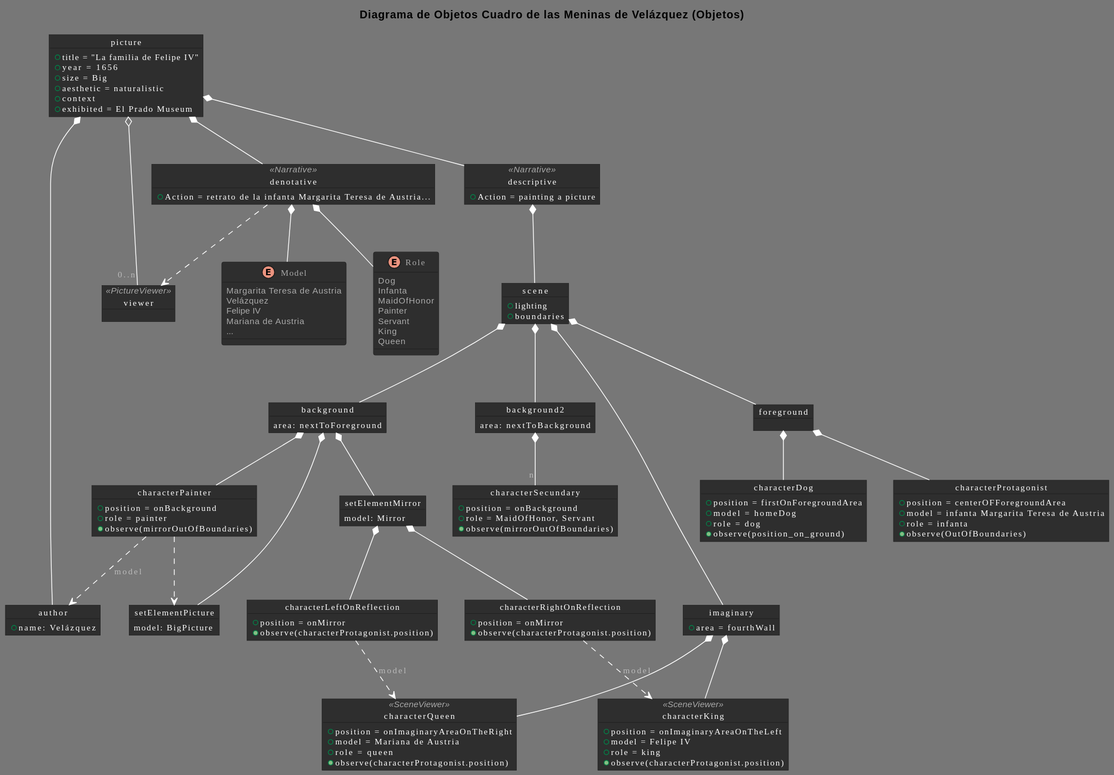
This is PracticasMaster/01_Modelado_O/diagrams/meninas/MeninasObj.svg from Joselon/joselon.github.io, a PlantUML export, as it was before one commit.
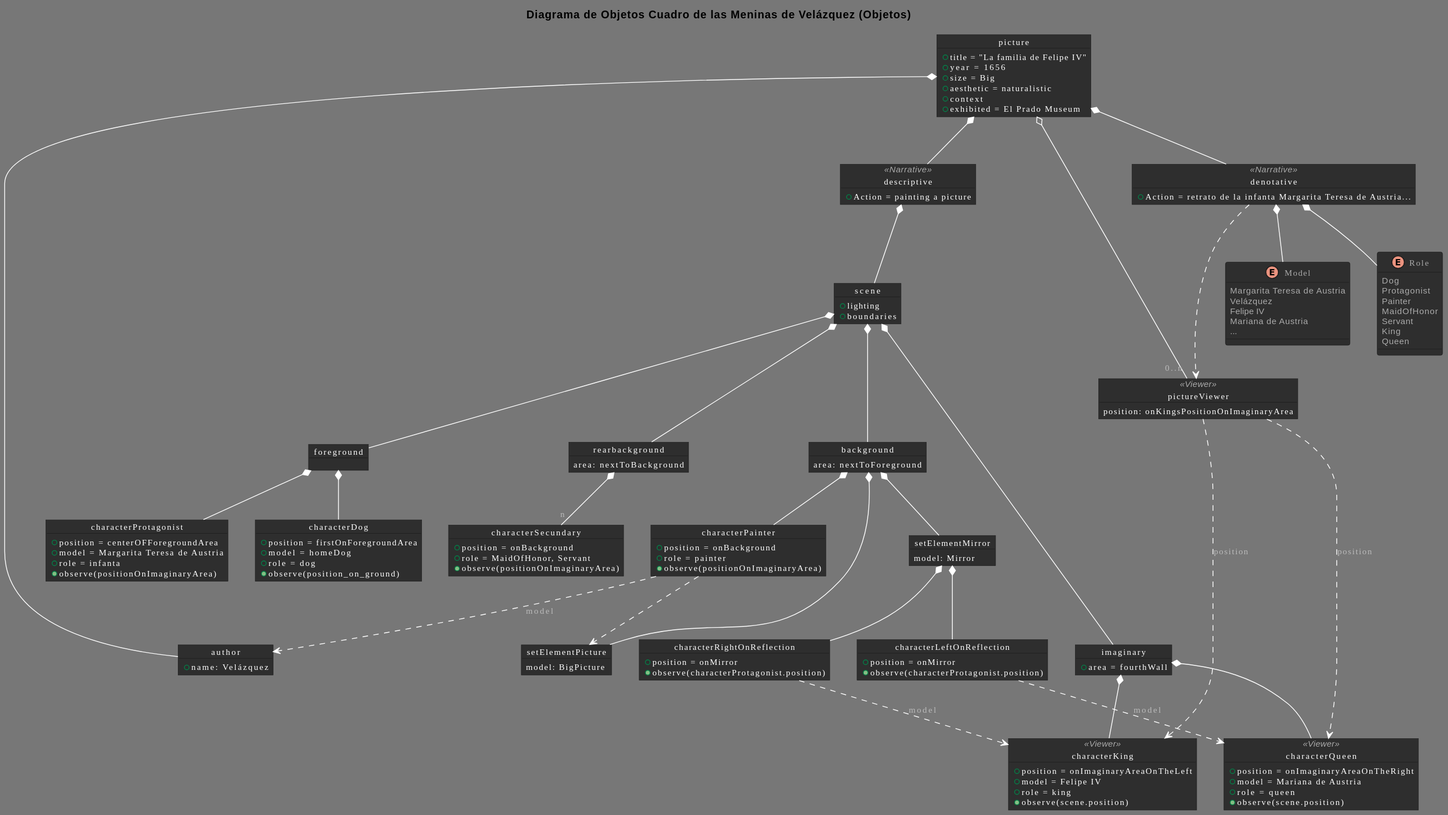
Later version of the same file.

What changed in the source:
```diff
@@ -15,7 +15,8 @@
    + name: Velázquez
 }
 
-object viewer <<PictureViewer>> {
+object pictureViewer <<Viewer>> {
+    position: onKingsPositionOnImaginaryArea
 }
 
 object denotative  <<Narrative>>{
@@ -26,19 +27,19 @@
 }
 
 picture *-- author
-picture o--"0..n" viewer
+picture o--"0..n" pictureViewer
 picture *-- descriptive
 picture *-- denotative
-denotative ..> viewer
+denotative ..> pictureViewer
 
 denotative *-- Model
 denotative *-- Role
 
 enum Role {
     Dog
-    Infanta
+    Protagonist
+    Painter
     MaidOfHonor
-    Painter
     Servant
     King
     Queen
@@ -62,7 +63,7 @@
 object background {
     area: nextToForeground
 }
-object background2 {
+object rearbackground {
     area: nextToBackground
 }
 object imaginary {
@@ -79,9 +80,9 @@
 
 object characterProtagonist {
     + position = centerOFForegroundArea
-    + model = infanta Margarita Teresa de Austria
+    + model = Margarita Teresa de Austria
     + role = infanta
-    + observe(OutOfBoundaries)
+    + observe(positionOnImaginaryArea)
 
 }
 
@@ -95,39 +96,38 @@
 
 }
 
-object characterKing <<SceneViewer>>{
+object characterKing <<Viewer>>{
     + position = onImaginaryAreaOnTheLeft
     + model = Felipe IV
     + role = king
-    + observe(characterProtagonist.position)
+    + observe(scene.position)
 
 }
-object characterQueen <<SceneViewer>>{
+object characterQueen <<Viewer>>{
     + position = onImaginaryAreaOnTheRight
     + model = Mariana de Austria
     + role = queen
-    + observe(characterProtagonist.position)
+    + observe(scene.position)
 
 }
 
 object characterPainter {
     + position = onBackground
     + role = painter
-    + observe(mirrorOutOfBoundaries)
+    + observe(positionOnImaginaryArea)
 
 }
 object characterSecundary {
     + position = onBackground
     + role = MaidOfHonor, Servant
-    + observe(mirrorOutOfBoundaries)
-
+    + observe(positionOnImaginaryArea)
 }
 
 descriptive *-- scene
 
 scene *-- foreground
 scene *-- background
-scene *-- background2
+scene *-- rearbackground
 scene *-- imaginary
 
 object setElementMirror {
@@ -142,10 +142,9 @@
 background *-- characterPainter
 background *-- setElementMirror
 background *-- setElementPicture
-background2 *-- "n" characterSecundary
+rearbackground *-- "n" characterSecundary
 imaginary *-- characterKing
 imaginary *-- characterQueen
-
 
 characterPainter ..> setElementPicture
 
@@ -157,6 +156,8 @@
 characterLeftOnReflection ..> characterQueen :model
 
 characterPainter ..> author :model
+pictureViewer ..> characterQueen :position
+pictureViewer ..> characterKing :position
 
 
 @end
@@ -455,7 +456,8 @@
    + name: Velázquez
 }
 
-object viewer <<PictureViewer>> {
+object pictureViewer <<Viewer>> {
+    position: onKingsPositionOnImaginaryArea
 }
 
 object denotative  <<Narrative>>{
@@ -466,19 +468,19 @@
 }
 
 picture *-- author
-picture o--"0..n" viewer
+picture o--"0..n" pictureViewer
 picture *-- descriptive
 picture *-- denotative
-denotative ..> viewer
+denotative ..> pictureViewer
 
 denotative *-- Model
 denotative *-- Role
 
 enum Role {
     Dog
-    Infanta
+    Protagonist
+    Painter
     MaidOfHonor
-    Painter
     Servant
     King
     Queen
@@ -502,7 +504,7 @@
 object background {
     area: nextToForeground
 }
-object background2 {
+object rearbackground {
     area: nextToBackground
 }
 object imaginary {
@@ -519,9 +521,9 @@
 
 object characterProtagonist {
     + position = centerOFForegroundArea
-    + model = infanta Margarita Teresa de Austria
+    + model = Margarita Teresa de Austria
     + role = infanta
-    + observe(OutOfBoundaries)
+    + observe(positionOnImaginaryArea)
 
 }
 
@@ -535,39 +537,38 @@
 
 }
 
-object characterKing <<SceneViewer>>{
+object characterKing <<Viewer>>{
     + position = onImaginaryAreaOnTheLeft
     + model = Felipe IV
     + role = king
-    + observe(characterProtagonist.position)
+    + observe(scene.position)
 
 }
-object characterQueen <<SceneViewer>>{
+object characterQueen <<Viewer>>{
     + position = onImaginaryAreaOnTheRight
     + model = Mariana de Austria
     + role = queen
-    + observe(characterProtagonist.position)
+    + observe(scene.position)
 
 }
 
 object characterPainter {
     + position = onBackground
     + role = painter
-    + observe(mirrorOutOfBoundaries)
+    + observe(positionOnImaginaryArea)
 
 }
 object characterSecundary {
     + position = onBackground
     + role = MaidOfHonor, Servant
-    + observe(mirrorOutOfBoundaries)
-
+    + observe(positionOnImaginaryArea)
 }
 
 descriptive *-- scene
 
 scene *-- foreground
 scene *-- background
-scene *-- background2
+scene *-- rearbackground
 scene *-- imaginary
 
 object setElementMirror {
@@ -582,10 +583,9 @@
 background *-- characterPainter
 background *-- setElementMirror
 background *-- setElementPicture
-background2 *-- "n" characterSecundary
+rearbackground *-- "n" characterSecundary
 imaginary *-- characterKing
 imaginary *-- characterQueen
-
 
 characterPainter ..> setElementPicture
 
@@ -597,6 +597,8 @@
 characterLeftOnReflection ..> characterQueen :model
 
 characterPainter ..> author :model
+pictureViewer ..> characterQueen :position
+pictureViewer ..> characterKing :position
 
 
 @end
```
